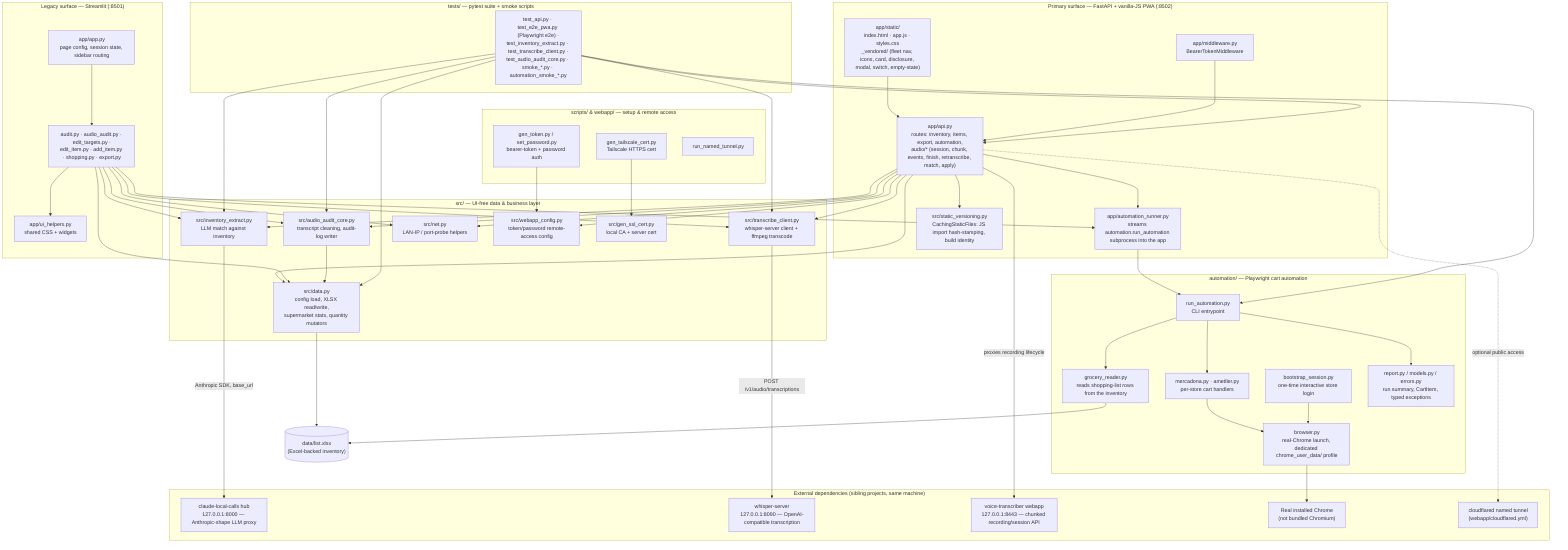
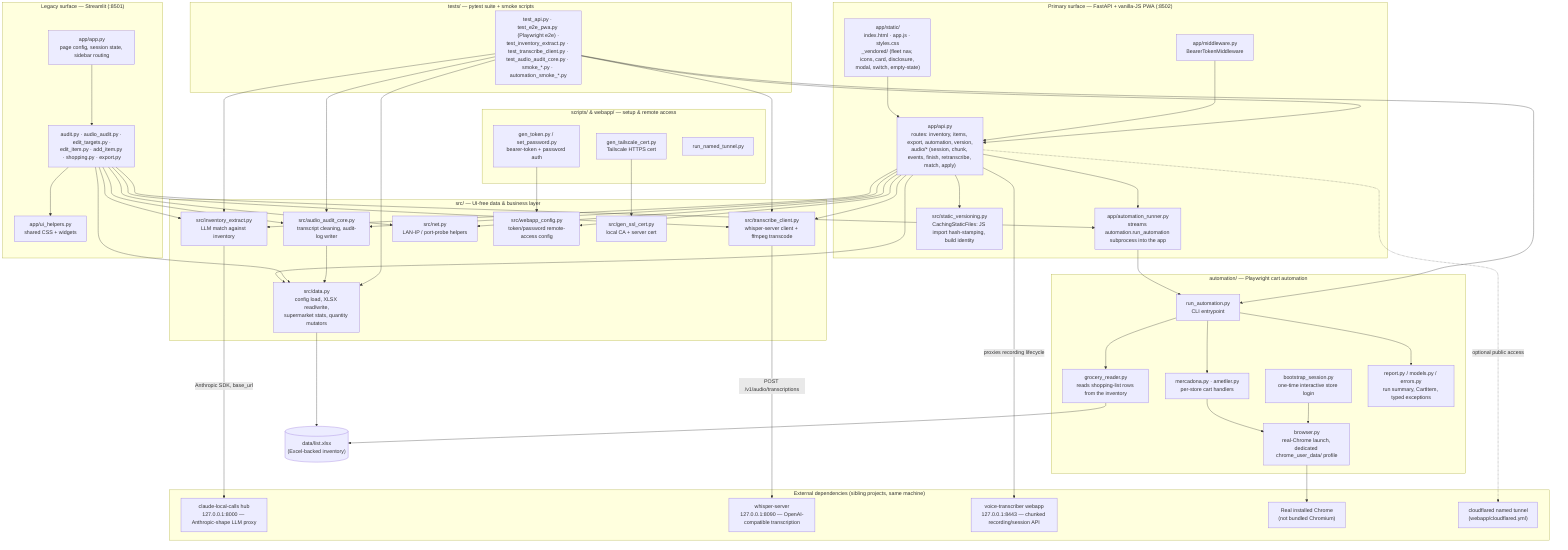
%% docs/architecture.mmd — this repo's own internal structure.
%% Hand-authored, not generated — unlike a fleet-wide crawled map, this
%% repo's own internal shape is semantic and can't be scraped the same way.
%% Update this diagram in the same PR as any material structural change (a
%% new mode/route, a module moved, a new external dependency wired in) —
%% same anti-staleness contract as this repo's own `.fleet.toml` `description`
%% field. See ferraroroberto/fleet-config#256 for the general convention.

flowchart TB
  subgraph frontend["Primary surface — FastAPI + vanilla-JS PWA (:8502)"]
    STATIC["app/static/\nindex.html · app.js · styles.css\n_vendored/ (fleet nav, icons, card, disclosure, modal, switch, empty-state)"]
-     API["app/api.py\nroutes: inventory, items, export, automation,\naudio/* (session, chunk, events, finish, retranscribe, match, apply)"]
+     API["app/api.py\nroutes: inventory, items, export, automation, version,\naudio/* (session, chunk, events, finish, retranscribe, match, apply)"]
    MW["app/middleware.py\nBearerTokenMiddleware"]
    RUNNER["app/automation_runner.py\nstreams automation.run_automation subprocess into the app"]
    VERSIONING["src/static_versioning.py\nCachingStaticFiles: JS import hash-stamping, build identity"]
    STATIC --> API
    MW --> API
    API --> RUNNER
    API --> VERSIONING
  end

  subgraph legacy["Legacy surface — Streamlit (:8501)"]
    APPPY["app/app.py\npage config, session state, sidebar routing"]
    MODES["audit.py · audio_audit.py · edit_targets.py ·\nedit_item.py · add_item.py · shopping.py · export.py"]
    UIHELP["app/ui_helpers.py\nshared CSS + widgets"]
    APPPY --> MODES
    MODES --> UIHELP
    MODES --> RUNNER
  end

  subgraph datalayer["src/ — UI-free data & business layer"]
    DATA["src/data.py\nconfig load, XLSX read/write,\nsupermarket stats, quantity mutators"]
    AUDIOCORE["src/audio_audit_core.py\ntranscript cleaning, audit-log writer"]
    EXTRACT["src/inventory_extract.py\nLLM match against inventory"]
    TRANSCRIBE["src/transcribe_client.py\nwhisper-server client + ffmpeg transcode"]
    NET["src/net.py\nLAN-IP / port-probe helpers"]
    WEBCFG["src/webapp_config.py\ntoken/password remote-access config"]
    SSL["src/gen_ssl_cert.py\nlocal CA + server cert"]
  end
  API --> DATA
  API --> AUDIOCORE
  API --> EXTRACT
  API --> TRANSCRIBE
  API --> NET
  API --> WEBCFG
  MODES --> DATA
  MODES --> AUDIOCORE
  MODES --> EXTRACT
  MODES --> TRANSCRIBE
  MODES --> NET
  AUDIOCORE --> DATA

  XLSX[("data/list.xlsx\n(Excel-backed inventory)")]
  DATA --> XLSX

  subgraph cartauto["automation/ — Playwright cart automation"]
    RUNAUTO["run_automation.py\nCLI entrypoint"]
    STOREMODS["mercadona.py · ametller.py\nper-store cart handlers"]
    BROWSER["browser.py\nreal-Chrome launch, dedicated chrome_user_data/ profile"]
    BOOTSTRAP["bootstrap_session.py\none-time interactive store login"]
    READER["grocery_reader.py\nreads shopping-list rows from the inventory"]
    REPORT["report.py / models.py / errors.py\nrun summary, CartItem, typed exceptions"]
    RUNAUTO --> STOREMODS
    STOREMODS --> BROWSER
    BOOTSTRAP --> BROWSER
    RUNAUTO --> READER
    RUNAUTO --> REPORT
  end
  RUNNER --> RUNAUTO
  READER --> XLSX

  subgraph external["External dependencies (sibling projects, same machine)"]
    HUB["claude-local-calls hub\n127.0.0.1:8000 — Anthropic-shape LLM proxy"]
    WHISPER["whisper-server\n127.0.0.1:8090 — OpenAI-compatible transcription"]
    VOICET["voice-transcriber webapp\n127.0.0.1:8443 — chunked recording/session API"]
    CHROME["Real installed Chrome\n(not bundled Chromium)"]
    CLOUDFLARE["cloudflared named tunnel\n(webapp/cloudflared.yml)"]
  end
  EXTRACT -->|Anthropic SDK, base_url| HUB
  TRANSCRIBE -->|POST /v1/audio/transcriptions| WHISPER
  API -->|proxies recording lifecycle| VOICET
  BROWSER --> CHROME
  API -.->|optional public access| CLOUDFLARE

  subgraph scripts["scripts/ & webapp/ — setup & remote access"]
    GENTOKEN["gen_token.py / set_password.py\nbearer-token + password auth"]
    TAILCERT["gen_tailscale_cert.py\nTailscale HTTPS cert"]
    TUNNEL["run_named_tunnel.py"]
  end
  GENTOKEN --> WEBCFG
  TAILCERT --> SSL

  subgraph tests["tests/ — pytest suite + smoke scripts"]
    TESTFILES["test_api.py · test_e2e_pwa.py (Playwright e2e) ·\ntest_inventory_extract.py · test_transcribe_client.py ·\ntest_audio_audit_core.py · smoke_*.py · automation_smoke_*.py"]
  end
  TESTFILES --> API
  TESTFILES --> DATA
  TESTFILES --> EXTRACT
  TESTFILES --> TRANSCRIBE
  TESTFILES --> AUDIOCORE
  TESTFILES --> RUNAUTO
